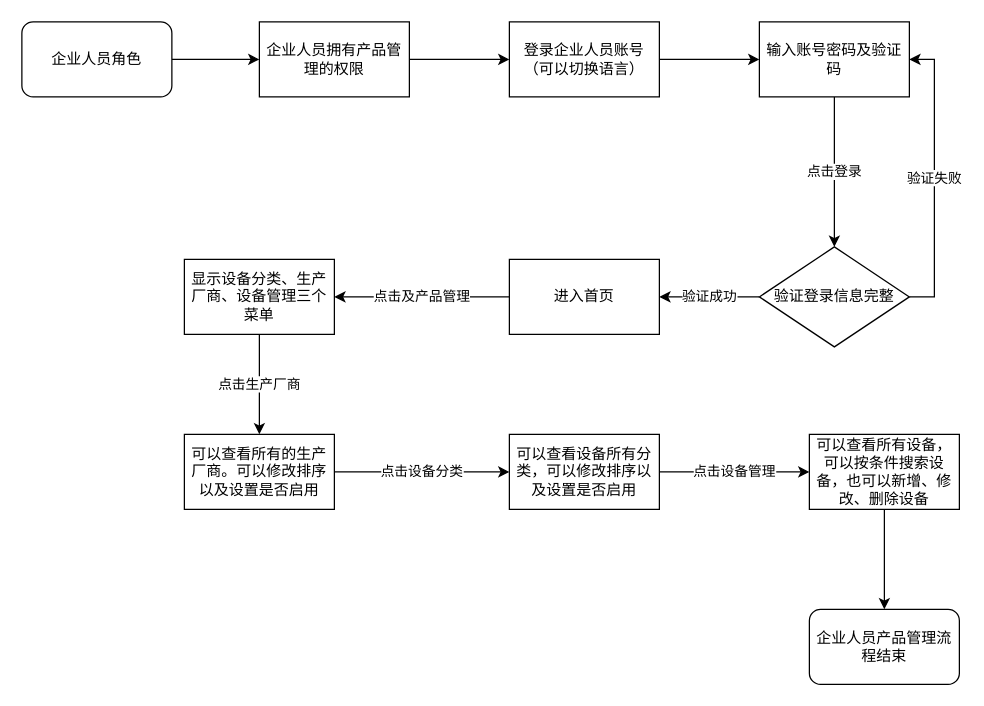
Above: 企业人员.drawio in liangqingnice/liangqingnice (draw.io), before the change. Source tidied: cells renumbered, new cells numbered last; positions are measured from the earlier drawing's top-left corner, leaving out a move shared by most shapes. Both pictures are drawn from the tidied source at 125%, with x=0, y=0 at pixel (21, 21).
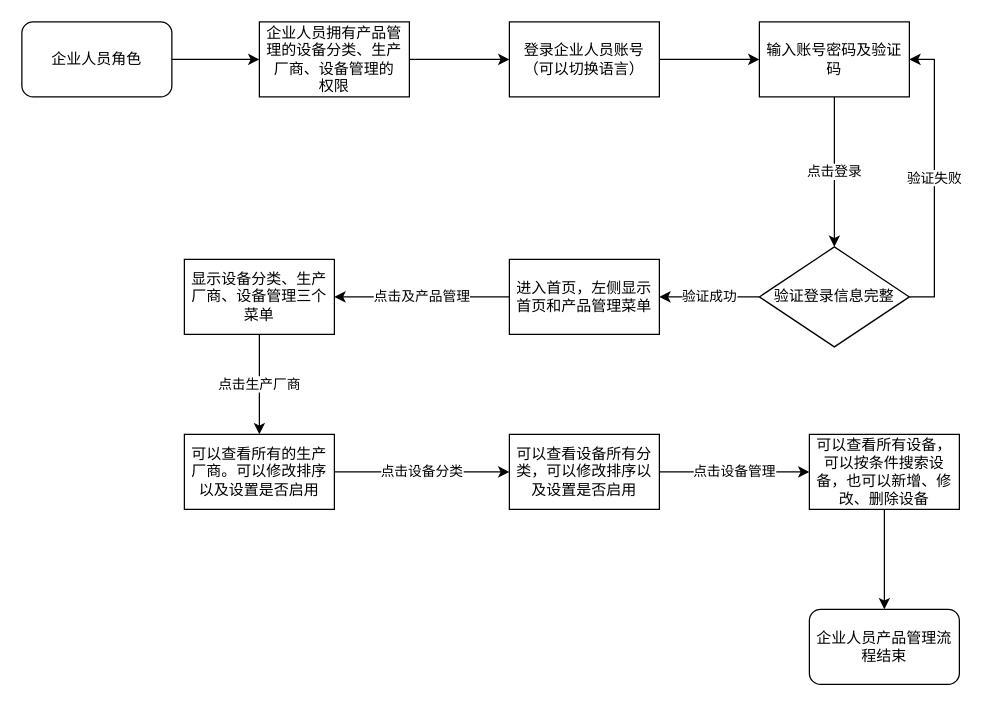
The same diagram, later.

Commit message (it also covers changes not shown here):
更新企业人员.drawio

What changed in the source:
```diff
@@
-    <mxCell id="5" value="企业人员拥有产品管理的权限" style="rounded=0;whiteSpace=wrap;html=1;" parent="1" vertex="1">
+    <mxCell id="5" value="企业人员拥有产品管理的设备分类、生产厂商、设备管理的&lt;br&gt;权限" style="rounded=0;whiteSpace=wrap;html=1;" parent="1" vertex="1">
       <mxGeometry x="190" width="120" height="60" as="geometry" />
     </mxCell>
@@
-    <mxCell id="14" value="进入首页" style="rounded=0;whiteSpace=wrap;html=1;" parent="1" vertex="1">
+    <mxCell id="14" value="进入首页，左侧显示首页和产品管理菜单" style="rounded=0;whiteSpace=wrap;html=1;" parent="1" vertex="1">
       <mxGeometry x="390" y="190" width="120" height="60" as="geometry" />
     </mxCell>
```
